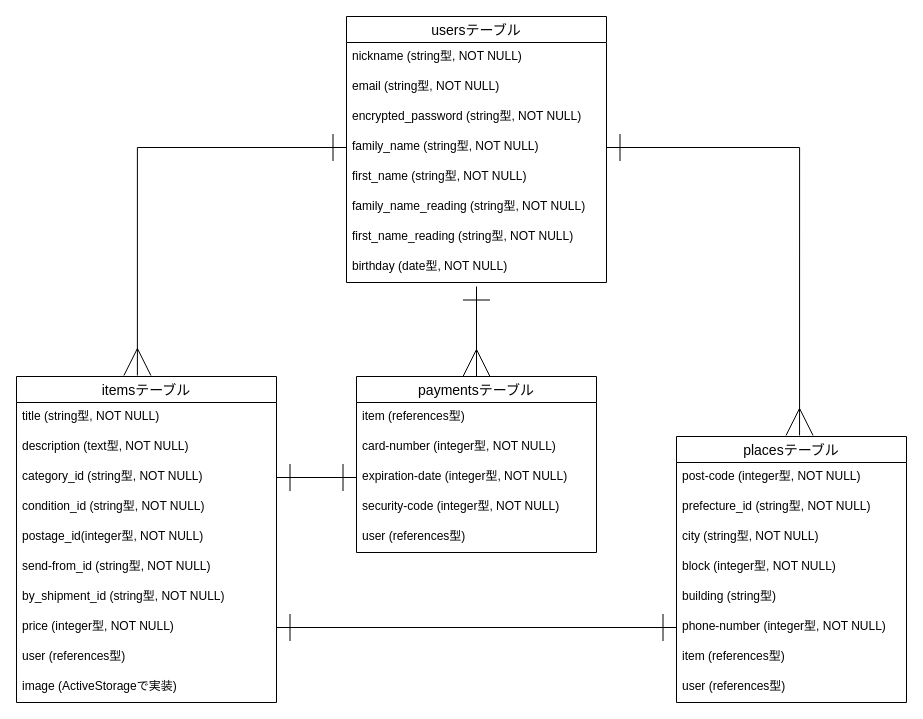
haidi-belltree/furima-32393 keeps this draw.io diagram as ER.dio. Above is the earlier version. Source tidied: cells renumbered, new cells numbered last; positions are measured from the earlier drawing's top-left corner, leaving out a move shared by most shapes. Both pictures are drawn from the tidied source at 100%, with x=0, y=0 at pixel (16, 16).
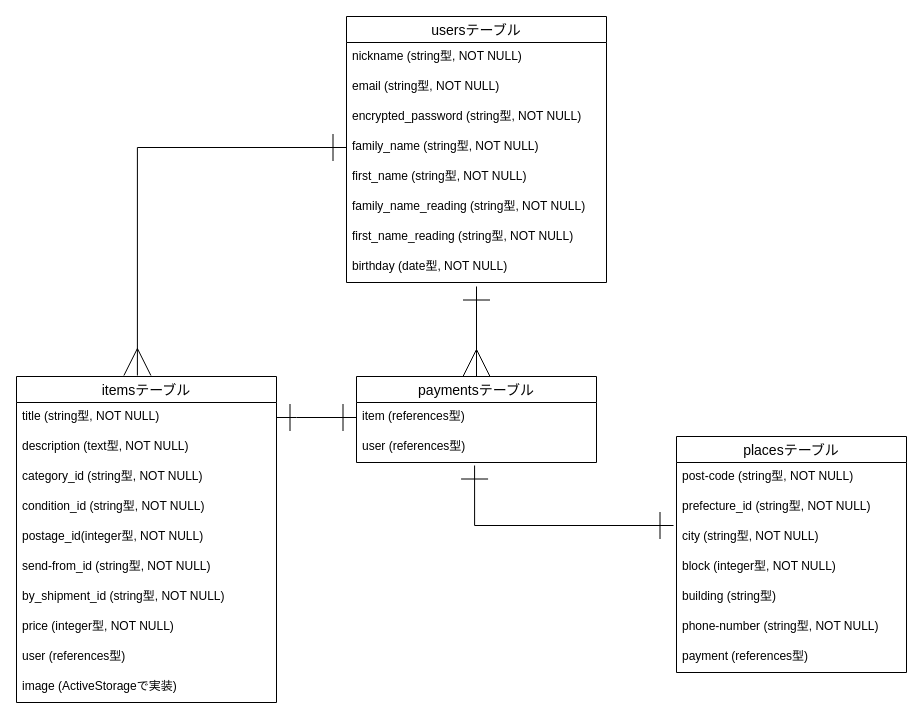
The same diagram, later.

Unchanged cells that the change refers to:
```xml
<mxCell id="6" value="family_name (string型, NOT NULL)" style="text;strokeColor=none;fillColor=none;spacingLeft=4;spacingRight=4;overflow=hidden;points=[[0,0.5],[1,0.5]];portConstraint=eastwest;fontSize=12;" parent="2" vertex="1">
  <mxGeometry y="116" width="260" height="30" as="geometry" />
</mxCell>
<mxCell id="12" value="title (string型, NOT NULL)" style="text;strokeColor=none;fillColor=none;spacingLeft=4;spacingRight=4;overflow=hidden;points=[[0,0.5],[1,0.5]];portConstraint=eastwest;fontSize=12;" parent="11" vertex="1">
  <mxGeometry y="26" width="260" height="30" as="geometry" />
</mxCell>
<mxCell id="14" value="category_id (string型, NOT NULL)" style="text;strokeColor=none;fillColor=none;spacingLeft=4;spacingRight=4;overflow=hidden;points=[[0,0.5],[1,0.5]];portConstraint=eastwest;fontSize=12;" parent="11" vertex="1">
  <mxGeometry y="86" width="260" height="30" as="geometry" />
</mxCell>
<mxCell id="19" value="price (integer型, NOT NULL)" style="text;strokeColor=none;fillColor=none;spacingLeft=4;spacingRight=4;overflow=hidden;points=[[0,0.5],[1,0.5]];portConstraint=eastwest;fontSize=12;" parent="11" vertex="1">
  <mxGeometry y="236" width="260" height="30" as="geometry" />
</mxCell>
<mxCell id="25" value="city (string型, NOT NULL)" style="text;strokeColor=none;fillColor=none;spacingLeft=4;spacingRight=4;overflow=hidden;points=[[0,0.5],[1,0.5]];portConstraint=eastwest;fontSize=12;" parent="22" vertex="1">
  <mxGeometry y="86" width="230" height="30" as="geometry" />
</mxCell>
<mxCell id="33" value="item (references型)" style="text;strokeColor=none;fillColor=none;spacingLeft=4;spacingRight=4;overflow=hidden;points=[[0,0.5],[1,0.5]];portConstraint=eastwest;fontSize=12;" parent="32" vertex="1">
  <mxGeometry y="26" width="240" height="30" as="geometry" />
</mxCell>
```

What changed in the source:
```diff
@@
     <mxCell id="22" value="placesテーブル" style="swimlane;fontStyle=0;horizontal=1;startSize=26;align=center;fontSize=14;" parent="1" vertex="1">
-      <mxGeometry x="660" y="420" width="230" height="266" as="geometry" />
+      <mxGeometry x="660" y="420" width="230" height="236" as="geometry" />
     </mxCell>
-    <mxCell id="23" value="post-code (integer型, NOT NULL)" style="text;strokeColor=none;fillColor=none;spacingLeft=4;spacingRight=4;overflow=hidden;fontSize=12;" parent="22" vertex="1">
+    <mxCell id="23" value="post-code (string型, NOT NULL)" style="text;strokeColor=none;fillColor=none;spacingLeft=4;spacingRight=4;overflow=hidden;fontSize=12;" parent="22" vertex="1">
       <mxGeometry y="26" width="230" height="30" as="geometry" />
     </mxCell>
@@
-    <mxCell id="28" value="phone-number (integer型, NOT NULL)" style="text;strokeColor=none;fillColor=none;spacingLeft=4;spacingRight=4;overflow=hidden;points=[[0,0.5],[1,0.5]];portConstraint=eastwest;fontSize=12;" parent="22" vertex="1">
+    <mxCell id="28" value="phone-number (string型, NOT NULL)" style="text;strokeColor=none;fillColor=none;spacingLeft=4;spacingRight=4;overflow=hidden;points=[[0,0.5],[1,0.5]];portConstraint=eastwest;fontSize=12;" parent="22" vertex="1">
       <mxGeometry y="176" width="230" height="30" as="geometry" />
     </mxCell>
-    <mxCell id="29" value="item (references型)" style="text;strokeColor=none;fillColor=none;spacingLeft=4;spacingRight=4;overflow=hidden;fontSize=12;" parent="22" vertex="1">
-      <mxGeometry y="206" width="230" height="30" as="geometry" />
-    </mxCell>
-    <mxCell id="30" value="user (references型)" style="text;strokeColor=none;fillColor=none;spacingLeft=4;spacingRight=4;overflow=hidden;fontSize=12;" parent="22" vertex="1">
-      <mxGeometry y="236" width="230" height="30" as="geometry" />
+    <mxCell id="30" value="payment (references型)" style="text;strokeColor=none;fillColor=none;spacingLeft=4;spacingRight=4;overflow=hidden;fontSize=12;" parent="22" vertex="1">
+      <mxGeometry y="206" width="230" height="30" as="geometry" />
     </mxCell>
@@
     <mxCell id="32" value="paymentsテーブル" style="swimlane;fontStyle=0;horizontal=1;startSize=26;align=center;fontSize=14;" parent="1" vertex="1">
-      <mxGeometry x="340" y="360" width="240" height="176" as="geometry" />
+      <mxGeometry x="340" y="360" width="240" height="86" as="geometry" />
     </mxCell>
@@
-    <mxCell id="34" value="card-number (integer型, NOT NULL)" style="text;strokeColor=none;fillColor=none;spacingLeft=4;spacingRight=4;overflow=hidden;fontSize=12;" parent="32" vertex="1">
-      <mxGeometry y="56" width="240" height="30" as="geometry" />
-    </mxCell>
-    <mxCell id="35" value="expiration-date (integer型, NOT NULL)" style="text;strokeColor=none;fillColor=none;spacingLeft=4;spacingRight=4;overflow=hidden;points=[[0,0.5],[1,0.5]];portConstraint=eastwest;fontSize=12;" parent="32" vertex="1">
-      <mxGeometry y="86" width="240" height="30" as="geometry" />
-    </mxCell>
-    <mxCell id="36" value="security-code (integer型, NOT NULL)" style="text;strokeColor=none;fillColor=none;spacingLeft=4;spacingRight=4;overflow=hidden;fontSize=12;" parent="32" vertex="1">
-      <mxGeometry y="116" width="240" height="30" as="geometry" />
-    </mxCell>
     <mxCell id="37" value="user (references型)" style="text;strokeColor=none;fillColor=none;spacingLeft=4;spacingRight=4;overflow=hidden;points=[[0,0.5],[1,0.5]];portConstraint=eastwest;fontSize=12;" parent="32" vertex="1">
-      <mxGeometry y="146" width="240" height="30" as="geometry" />
+      <mxGeometry y="56" width="240" height="30" as="geometry" />
     </mxCell>
@@
-    <mxCell id="39" style="edgeStyle=orthogonalEdgeStyle;rounded=0;jettySize=auto;html=1;exitX=1;exitY=0.5;exitDx=0;exitDy=0;entryX=0.535;entryY=-0.004;entryDx=0;entryDy=0;entryPerimeter=0;startArrow=ERone;startFill=0;startSize=25;endArrow=ERmany;endFill=0;endSize=25;targetPerimeterSpacing=0;" parent="1" edge="1" source="6" target="22">
-      <mxGeometry relative="1" as="geometry" />
-    </mxCell>
-    <mxCell id="40" style="edgeStyle=orthogonalEdgeStyle;rounded=0;jettySize=auto;html=1;exitX=0;exitY=0.5;exitDx=0;exitDy=0;entryX=1;entryY=0.5;entryDx=0;entryDy=0;startArrow=ERone;startFill=0;startSize=25;endArrow=ERone;endFill=0;endSize=25;targetPerimeterSpacing=0;" parent="1" edge="1" source="35" target="14">
-      <mxGeometry relative="1" as="geometry" />
+    <mxCell id="40" style="edgeStyle=orthogonalEdgeStyle;rounded=0;jettySize=auto;html=1;exitX=0;exitY=0.5;exitDx=0;exitDy=0;entryX=1;entryY=0.5;entryDx=0;entryDy=0;startArrow=ERone;startFill=0;startSize=25;endArrow=ERone;endFill=0;endSize=25;targetPerimeterSpacing=0;" parent="1" edge="1" source="33" target="12">
+      <mxGeometry relative="1" as="geometry">
+        <Array as="points">
+          <mxPoint x="280" y="401" />
+          <mxPoint x="280" y="401" />
+        </Array>
+      </mxGeometry>
     </mxCell>
-    <mxCell id="41" style="edgeStyle=orthogonalEdgeStyle;rounded=0;jettySize=auto;html=1;exitX=0;exitY=0.5;exitDx=0;exitDy=0;entryX=1;entryY=0.5;entryDx=0;entryDy=0;startArrow=ERone;startFill=0;startSize=25;endArrow=ERone;endFill=0;endSize=25;targetPerimeterSpacing=0;" parent="1" edge="1" source="28" target="19">
-      <mxGeometry relative="1" as="geometry" />
-    </mxCell>
+    <mxCell id="42" style="edgeStyle=orthogonalEdgeStyle;rounded=0;jettySize=auto;html=1;entryX=-0.013;entryY=0.1;entryDx=0;entryDy=0;startArrow=ERone;startFill=0;endArrow=ERone;endFill=0;endSize=25;startSize=25;exitX=0.492;exitY=1.1;exitDx=0;exitDy=0;exitPerimeter=0;entryPerimeter=0;" parent="1" edge="1" source="37" target="25">
+      <mxGeometry relative="1" as="geometry">
+        <Array as="points">
+          <mxPoint x="458" y="509" />
+        </Array>
+      </mxGeometry>
+    </mxCell>
```
